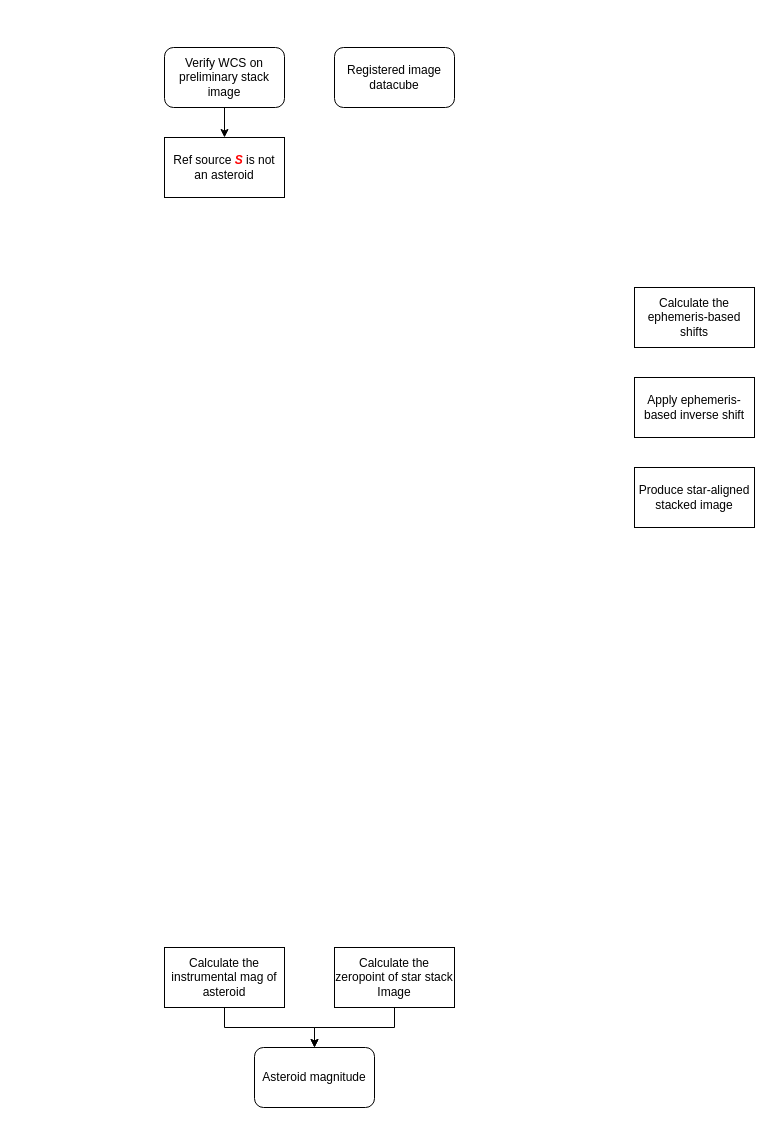
chaorun/TNTPhotometry keeps this draw.io diagram as ThirdWrokFlow.drawio. Above is the earlier version. Source tidied: cells renumbered, new cells numbered last; positions are measured from the earlier drawing's top-left corner, leaving out a move shared by most shapes. Both pictures are drawn from the tidied source at 100%, with x=0, y=0 at pixel (164, 47).
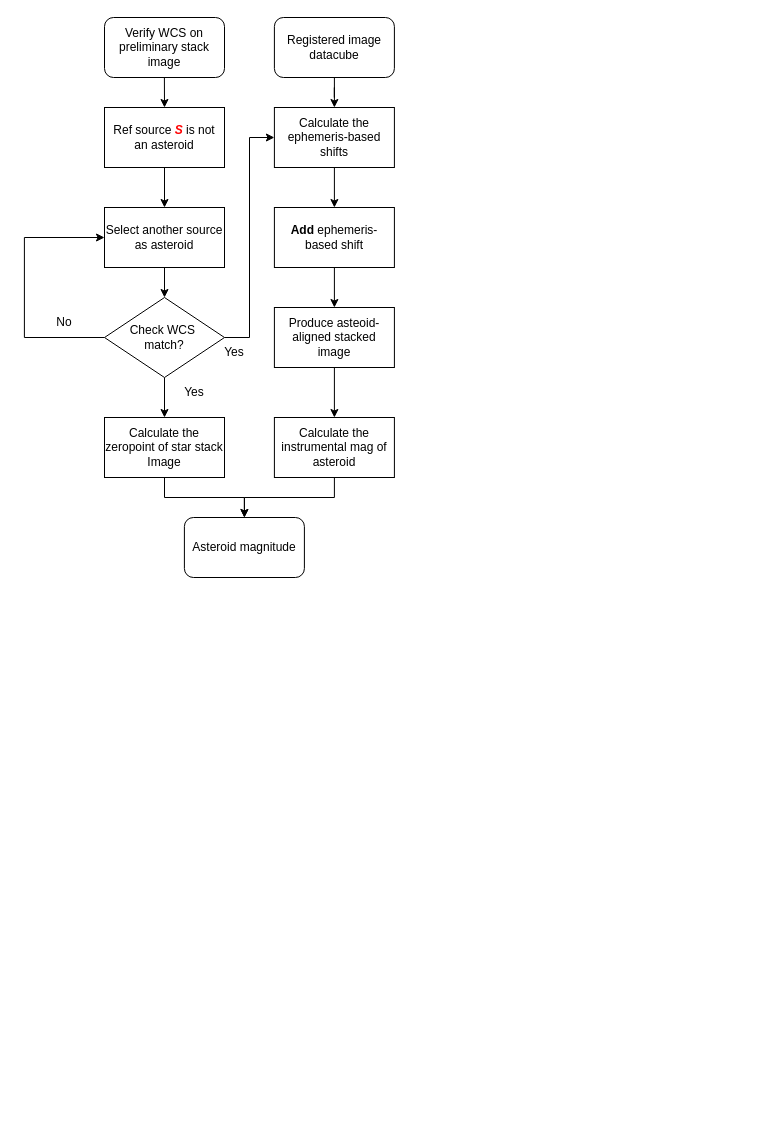
The same page after the edit.

Diff of the diagram source:
```diff
@@
+    <mxCell id="14" style="edgeStyle=orthogonalEdgeStyle;rounded=0;jettySize=auto;html=1;entryX=0.5;entryY=0;entryDx=0;entryDy=0;" parent="1" edge="1" source="2" target="19">
+      <mxGeometry relative="1" as="geometry" />
+    </mxCell>
     <mxCell id="2" value="&lt;div&gt;Ref source&amp;nbsp;&lt;b style=&quot;background-color: transparent; color: light-dark(rgb(0, 0, 0), rgb(255, 255, 255));&quot;&gt;&lt;i&gt;&lt;font style=&quot;color: rgb(255, 0, 0);&quot;&gt;S&amp;nbsp;&lt;/font&gt;&lt;/i&gt;&lt;/b&gt;&lt;span style=&quot;background-color: transparent; color: light-dark(rgb(0, 0, 0), rgb(255, 255, 255));&quot;&gt;is not an asteroid&lt;/span&gt;&lt;/div&gt;" style="rounded=0;whiteSpace=wrap;html=1;" parent="1" vertex="1">
-      <mxGeometry y="90" width="120" height="60" as="geometry" />
+      <mxGeometry x="-60" y="60" width="120" height="60" as="geometry" />
     </mxCell>
-    <mxCell id="3" value="Calculate the ephemeris-based shifts" style="rounded=0;whiteSpace=wrap;html=1;" parent="1" vertex="1">
-      <mxGeometry x="470" y="240" width="120" height="60" as="geometry" />
-    </mxCell>
+    <mxCell id="15" style="edgeStyle=orthogonalEdgeStyle;rounded=0;jettySize=auto;html=1;" parent="1" edge="1" source="4" target="8">
+      <mxGeometry relative="1" as="geometry" />
+    </mxCell>
-    <mxCell id="4" value="Apply ephemeris-based inverse shift" style="rounded=0;whiteSpace=wrap;html=1;" parent="1" vertex="1">
-      <mxGeometry x="470" y="330" width="120" height="60" as="geometry" />
+    <mxCell id="4" value="&lt;b&gt;Add&lt;/b&gt; ephemeris-based shift" style="rounded=0;whiteSpace=wrap;html=1;" parent="1" vertex="1">
+      <mxGeometry x="109.9" y="160" width="120" height="60" as="geometry" />
     </mxCell>
-    <mxCell id="5" style="edgeStyle=orthogonalEdgeStyle;rounded=0;jettySize=auto;html=1;entryX=0.5;entryY=0;entryDx=0;entryDy=0;" parent="1" edge="1" source="6" target="13">
+    <mxCell id="5" style="edgeStyle=orthogonalEdgeStyle;rounded=0;jettySize=auto;html=1;" parent="1" edge="1" source="6" target="13">
       <mxGeometry relative="1" as="geometry" />
     </mxCell>
     <mxCell id="6" value="Calculate the zeropoint of star stack Image" style="rounded=0;whiteSpace=wrap;html=1;" parent="1" vertex="1">
-      <mxGeometry x="170" y="900" width="120" height="60" as="geometry" />
+      <mxGeometry x="-60" y="370" width="120" height="60" as="geometry" />
     </mxCell>
     <mxCell id="7" style="edgeStyle=orthogonalEdgeStyle;rounded=0;jettySize=auto;html=1;entryX=0.5;entryY=0;entryDx=0;entryDy=0;" parent="1" edge="1" target="2">
       <mxGeometry relative="1" as="geometry">
-        <mxPoint x="60" y="60" as="sourcePoint" />
+        <mxPoint x="-0.1" y="30" as="sourcePoint" />
       </mxGeometry>
     </mxCell>
+    <mxCell id="16" style="edgeStyle=orthogonalEdgeStyle;rounded=0;jettySize=auto;html=1;entryX=0.5;entryY=0;entryDx=0;entryDy=0;" parent="1" edge="1" source="8" target="10">
+      <mxGeometry relative="1" as="geometry" />
+    </mxCell>
-    <mxCell id="8" value="Produce star-aligned stacked image" style="rounded=0;whiteSpace=wrap;html=1;" parent="1" vertex="1">
-      <mxGeometry x="470" y="420" width="120" height="60" as="geometry" />
+    <mxCell id="8" value="Produce asteoid-aligned stacked image" style="rounded=0;whiteSpace=wrap;html=1;" parent="1" vertex="1">
+      <mxGeometry x="109.9" y="260" width="120" height="60" as="geometry" />
     </mxCell>
@@
     <mxCell id="10" value="Calculate the instrumental mag of asteroid" style="rounded=0;whiteSpace=wrap;html=1;" parent="1" vertex="1">
-      <mxGeometry y="900" width="120" height="60" as="geometry" />
+      <mxGeometry x="109.9" y="370" width="120" height="60" as="geometry" />
     </mxCell>
     <mxCell id="11" value="Verify WCS on preliminary stack image" style="rounded=1;whiteSpace=wrap;html=1;" parent="1" vertex="1">
-      <mxGeometry width="120" height="60" as="geometry" />
+      <mxGeometry x="-60" y="-30" width="120" height="60" as="geometry" />
     </mxCell>
+    <mxCell id="17" style="edgeStyle=orthogonalEdgeStyle;rounded=0;jettySize=auto;html=1;entryX=0.5;entryY=0;entryDx=0;entryDy=0;" parent="1" edge="1" source="12" target="3">
+      <mxGeometry relative="1" as="geometry" />
+    </mxCell>
     <mxCell id="12" value="Registered image datacube" style="rounded=1;whiteSpace=wrap;html=1;" parent="1" vertex="1">
-      <mxGeometry x="170" width="120" height="60" as="geometry" />
+      <mxGeometry x="109.9" y="-30" width="120" height="60" as="geometry" />
     </mxCell>
     <mxCell id="13" value="Asteroid magnitude" style="rounded=1;whiteSpace=wrap;html=1;" parent="1" vertex="1">
-      <mxGeometry x="90" y="1000" width="120" height="60" as="geometry" />
+      <mxGeometry x="19.9" y="470" width="120" height="60" as="geometry" />
     </mxCell>
+    <mxCell id="18" style="edgeStyle=orthogonalEdgeStyle;rounded=0;jettySize=auto;html=1;entryX=0.5;entryY=0;entryDx=0;entryDy=0;" parent="1" edge="1" source="19" target="23">
+      <mxGeometry relative="1" as="geometry" />
+    </mxCell>
+    <mxCell id="19" value="Select another source as asteroid" style="rounded=0;whiteSpace=wrap;html=1;" parent="1" vertex="1">
+      <mxGeometry x="-60" y="160" width="120" height="60" as="geometry" />
+    </mxCell>
+    <mxCell id="20" style="edgeStyle=orthogonalEdgeStyle;rounded=0;jettySize=auto;html=1;entryX=0;entryY=0.5;entryDx=0;entryDy=0;" parent="1" edge="1" source="23" target="19">
+      <mxGeometry relative="1" as="geometry">
+        <Array as="points">
+          <mxPoint x="-140.1" y="290" />
+          <mxPoint x="-140.1" y="190" />
+        </Array>
+      </mxGeometry>
+    </mxCell>
+    <mxCell id="21" style="edgeStyle=orthogonalEdgeStyle;rounded=0;jettySize=auto;html=1;entryX=0;entryY=0.5;entryDx=0;entryDy=0;" parent="1" edge="1" source="23" target="3">
+      <mxGeometry relative="1" as="geometry" />
+    </mxCell>
+    <mxCell id="22" style="edgeStyle=orthogonalEdgeStyle;rounded=0;jettySize=auto;html=1;entryX=0.5;entryY=0;entryDx=0;entryDy=0;" parent="1" edge="1" source="23" target="6">
+      <mxGeometry relative="1" as="geometry" />
+    </mxCell>
+    <mxCell id="23" value="Check WCS&amp;nbsp;&lt;div&gt;match?&lt;/div&gt;" style="rhombus;whiteSpace=wrap;html=1;" parent="1" vertex="1">
+      <mxGeometry x="-60" y="250" width="120" height="80" as="geometry" />
+    </mxCell>
+    <mxCell id="24" value="No" style="text;html=1;whiteSpace=wrap;strokeColor=none;fillColor=none;align=center;verticalAlign=middle;rounded=0;" parent="1" vertex="1">
+      <mxGeometry x="-130.1" y="260" width="60" height="30" as="geometry" />
+    </mxCell>
+    <mxCell id="25" style="edgeStyle=orthogonalEdgeStyle;rounded=0;jettySize=auto;html=1;entryX=0.5;entryY=0;entryDx=0;entryDy=0;" parent="1" edge="1" source="3" target="4">
+      <mxGeometry relative="1" as="geometry" />
+    </mxCell>
+    <mxCell id="3" value="Calculate the ephemeris-based shifts" style="rounded=0;whiteSpace=wrap;html=1;" parent="1" vertex="1">
+      <mxGeometry x="109.9" y="60" width="120" height="60" as="geometry" />
+    </mxCell>
+    <mxCell id="26" value="Yes" style="text;html=1;whiteSpace=wrap;strokeColor=none;fillColor=none;align=center;verticalAlign=middle;rounded=0;" parent="1" vertex="1">
+      <mxGeometry x="39.9" y="290" width="60" height="30" as="geometry" />
+    </mxCell>
+    <mxCell id="27" value="Yes" style="text;html=1;whiteSpace=wrap;strokeColor=none;fillColor=none;align=center;verticalAlign=middle;rounded=0;" parent="1" vertex="1">
+      <mxGeometry x="-0.1" y="330" width="60" height="30" as="geometry" />
+    </mxCell>
```
